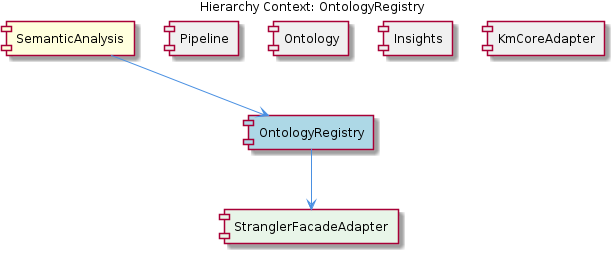
Earlier version of the PlantUML export knowledge-management/insights/images/ontology-registry-relationship.png (fwornle/coding). Its source is kept beside it as .data/knowledge-graph/insights/puml/ontology-registry-relationship.puml. Its diagram source:
```plantuml
@startuml
!include _standard-style.puml

title Hierarchy Context: OntologyRegistry

[SemanticAnalysis] as semantic_analysis #FFFFDD
[OntologyRegistry] as ontology_registry #LightBlue
[Pipeline] as pipeline #F0F0F0
[Ontology] as ontology #F0F0F0
[Insights] as insights #F0F0F0
[KmCoreAdapter] as km_core_adapter #F0F0F0
[StranglerFacadeAdapter] as strangler_facade_adapter #E8F5E8

semantic_analysis --> ontology_registry
pipeline -[hidden]- ontology_registry
ontology -[hidden]- ontology_registry
insights -[hidden]- ontology_registry
km_core_adapter -[hidden]- ontology_registry
ontology_registry --> strangler_facade_adapter

@enduml
```
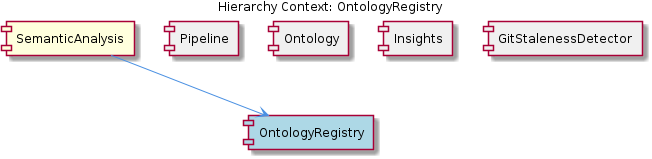
The same file after the commit.

Diff of the diagram source:
```diff
@@ -8,14 +8,12 @@
 [Pipeline] as pipeline #F0F0F0
 [Ontology] as ontology #F0F0F0
 [Insights] as insights #F0F0F0
-[KmCoreAdapter] as km_core_adapter #F0F0F0
-[StranglerFacadeAdapter] as strangler_facade_adapter #E8F5E8
+[GitStalenessDetector] as git_staleness_detector #F0F0F0
 
 semantic_analysis --> ontology_registry
 pipeline -[hidden]- ontology_registry
 ontology -[hidden]- ontology_registry
 insights -[hidden]- ontology_registry
-km_core_adapter -[hidden]- ontology_registry
-ontology_registry --> strangler_facade_adapter
+git_staleness_detector -[hidden]- ontology_registry
 
 @enduml
```
